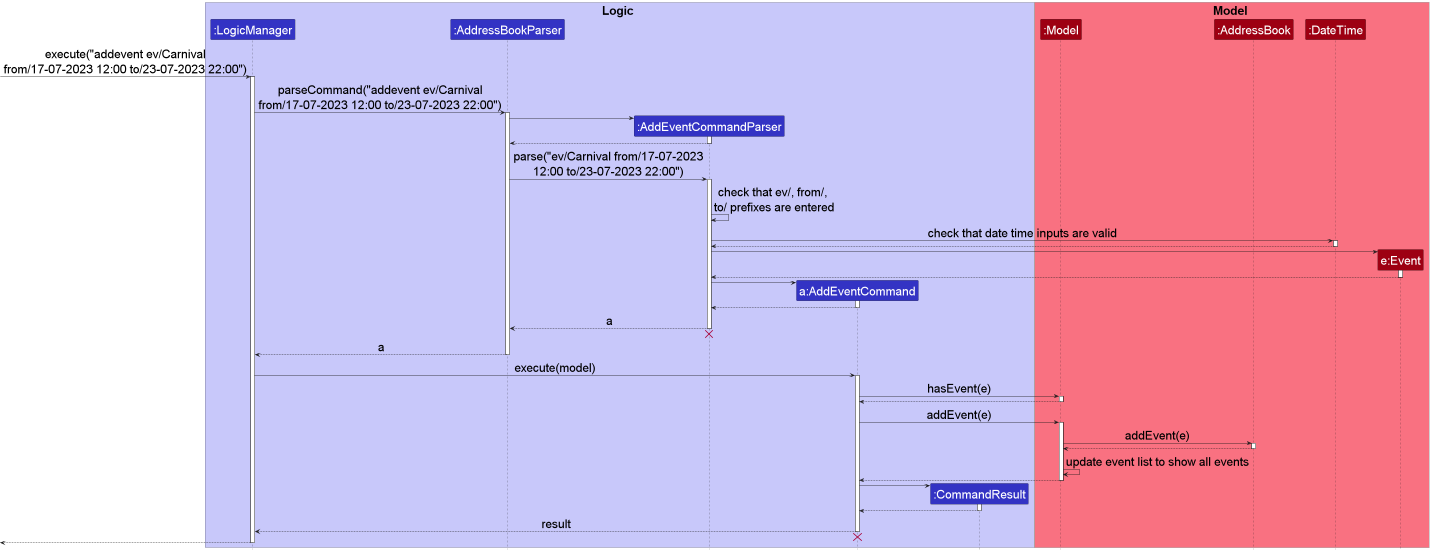
This is docs/images/AddEventSequenceDiagram.png from nus-cs2103-AY2223S2/tp, a PlantUML export, as it was before one commit.
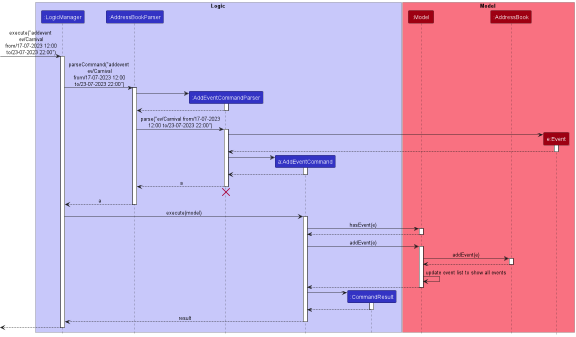
After the change.

The edit, as a diff of the source:
```diff
@@ -12,14 +12,13 @@
 box Model MODEL_COLOR_T1
 participant ":Model" as Model MODEL_COLOR
 participant ":AddressBook" as AddressBook MODEL_COLOR
-participant ":DateTime" as DateTime MODEL_COLOR
 participant "e:Event" as Event MODEL_COLOR
 end box
 
-[-> LogicManager : execute("addevent ev/Carnival\nfrom/17-07-2023 12:00 to/23-07-2023 22:00")
+[-> LogicManager : execute("addevent\n ev/Carnival\n from/17-07-2023 12:00\n to/23-07-2023 22:00")
 activate LogicManager
 
-LogicManager -> AddressBookParser : parseCommand("addevent ev/Carnival\nfrom/17-07-2023 12:00 to/23-07-2023 22:00")
+LogicManager -> AddressBookParser : parseCommand("addevent\n ev/Carnival\n from/17-07-2023 12:00\n to/23-07-2023 22:00")
 activate AddressBookParser
 
 create AddEventCommandParser
@@ -31,13 +30,6 @@
 
 AddressBookParser -> AddEventCommandParser : parse("ev/Carnival from/17-07-2023\n12:00 to/23-07-2023 22:00")
 activate AddEventCommandParser
-
-AddEventCommandParser -> AddEventCommandParser : check that ev/, from/, \nto/ prefixes are entered
-
-AddEventCommandParser -> DateTime : check that date time inputs are valid
-activate DateTime
-DateTime --> AddEventCommandParser
-deactivate DateTime
 
 create Event
 AddEventCommandParser -> Event
@@ -90,8 +82,6 @@
 
 AddEventCommand --> LogicManager : result
 deactivate AddEventCommand
-AddEventCommand -[hidden]-> AddressBookParser
-destroy AddEventCommand
 
 [<--LogicManager
 deactivate LogicManager
```
